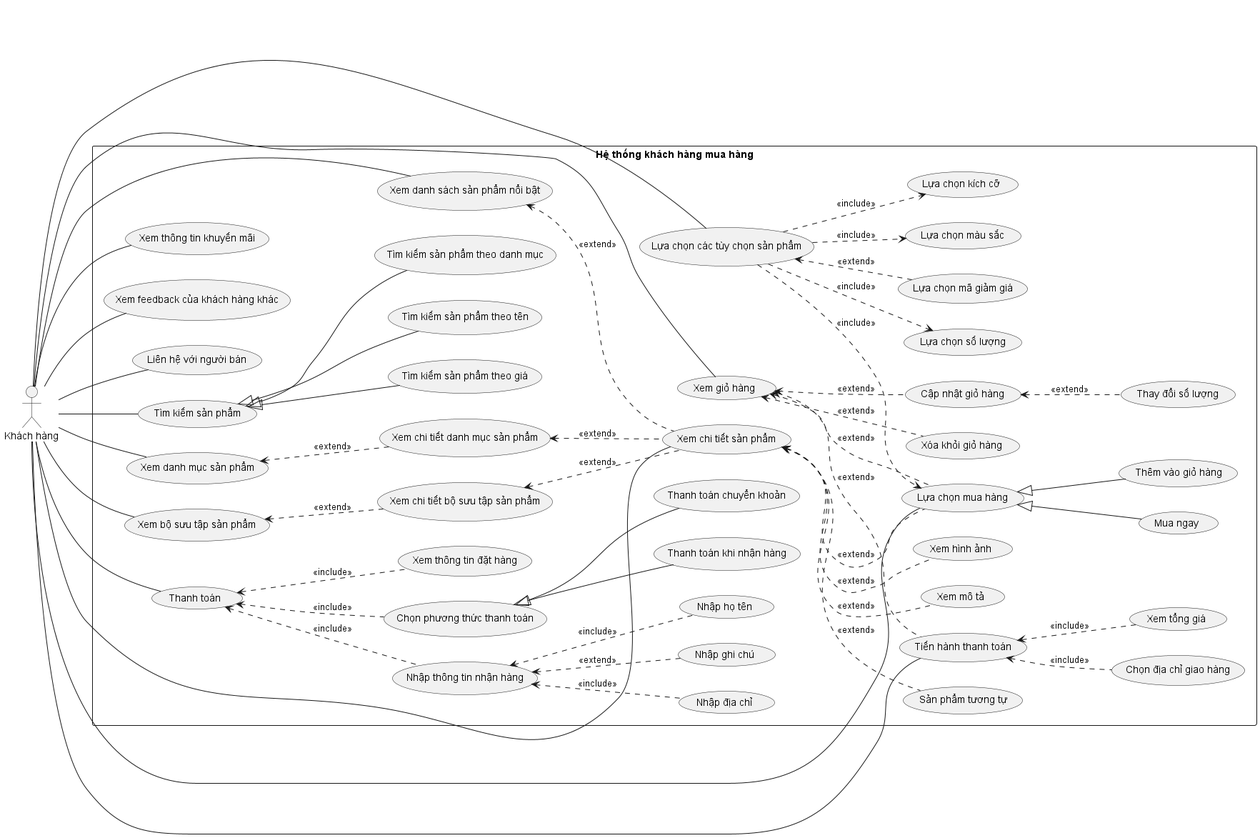
This is Lab1/Lab1.2/Usecase/KH/Use case Khách hàng.png from tuankietcoderr/SE357-Practice-class, a PlantUML export, as it was before one commit.
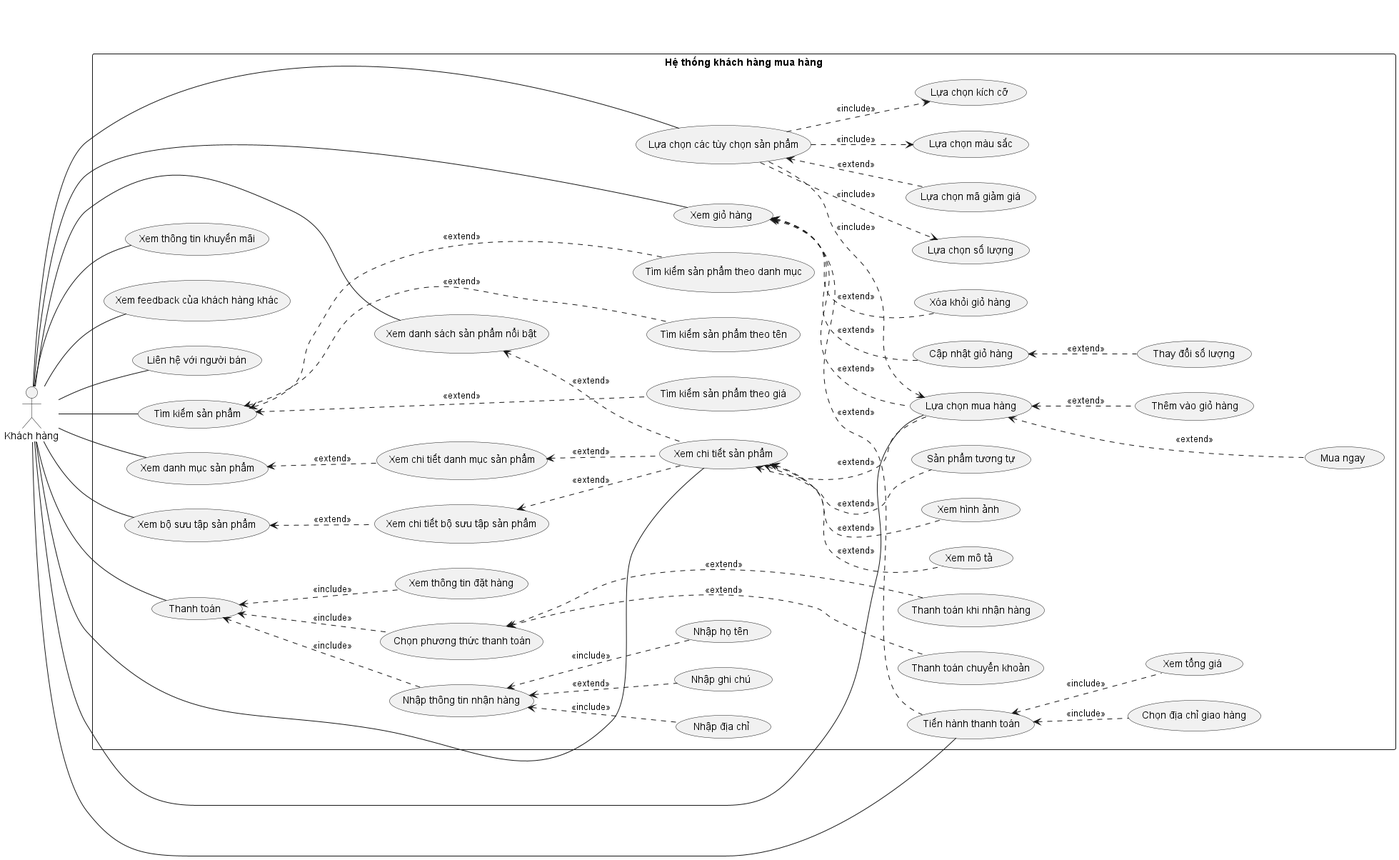
The same file after the commit.

Commit message:
Sửa mũi tên use case

The edit, as a diff of the source:
```diff
@@ -16,9 +16,9 @@
     KH -down- (Xem thông tin khuyến mãi)
     KH -down- (Xem feedback của khách hàng khác)
     KH -down- (Liên hệ với người bán)
-    (Tìm kiếm sản phẩm) <|-down- (Tìm kiếm sản phẩm theo danh mục)
-    (Tìm kiếm sản phẩm) <|-down- (Tìm kiếm sản phẩm theo giá)
-    (Tìm kiếm sản phẩm) <|-down- (Tìm kiếm sản phẩm theo tên)
+    (Tìm kiếm sản phẩm) <.-down- (Tìm kiếm sản phẩm theo danh mục) : <<extend>>
+    (Tìm kiếm sản phẩm) <.-down- (Tìm kiếm sản phẩm theo giá) : <<extend>>
+    (Tìm kiếm sản phẩm) <.-down- (Tìm kiếm sản phẩm theo tên) : <<extend>>
     (Xem danh sách sản phẩm nổi bật) <.down- (Xem chi tiết sản phẩm) : <<extend>>
     (Xem danh mục sản phẩm) <.down- (Xem chi tiết danh mục sản phẩm) : <<extend>>
     (Xem chi tiết danh mục sản phẩm) <.down- (Xem chi tiết sản phẩm) : <<extend>>
@@ -33,8 +33,8 @@
     (Lựa chọn các tùy chọn sản phẩm) -down.> (Lựa chọn số lượng) : <<include>>
     (Lựa chọn các tùy chọn sản phẩm) <.down- (Lựa chọn mã giảm giá) : <<extend>>
     (Lựa chọn các tùy chọn sản phẩm) -down.> (Lựa chọn mua hàng) : <<include>>
-    (Lựa chọn mua hàng) <|-down- (Thêm vào giỏ hàng)
-    (Lựa chọn mua hàng) <|-down- (Mua ngay)
+    (Lựa chọn mua hàng) <.down- (Thêm vào giỏ hàng) : <<extend>>
+    (Lựa chọn mua hàng) <.-down- (Mua ngay) : <<extend>>
     (Xem giỏ hàng) <.down- (Lựa chọn mua hàng) : <<extend>>
     (Xem giỏ hàng) <.down- (Xóa khỏi giỏ hàng) : <<extend>>
     (Xem giỏ hàng) <.down- (Cập nhật giỏ hàng) : <<extend>>
@@ -45,8 +45,8 @@
     (Thanh toán) <.down- (Xem thông tin đặt hàng) : <<include>>
     (Thanh toán) <.down- (Nhập thông tin nhận hàng) : <<include>>
     (Thanh toán) <.down- (Chọn phương thức thanh toán) : <<include>>
-    (Chọn phương thức thanh toán) <|-down- (Thanh toán khi nhận hàng)
-    (Chọn phương thức thanh toán) <|-down- (Thanh toán chuyển khoản)
+    (Chọn phương thức thanh toán) <.-down- (Thanh toán khi nhận hàng) : <<extend>>
+    (Chọn phương thức thanh toán) <.-down- (Thanh toán chuyển khoản) : <<extend>>
     (Nhập thông tin nhận hàng) <.down- (Nhập họ tên) : <<include>>
     (Nhập thông tin nhận hàng) <.down- (Nhập địa chỉ) : <<include>>
     (Nhập thông tin nhận hàng) <.down- (Nhập ghi chú) : <<extend>>
```
